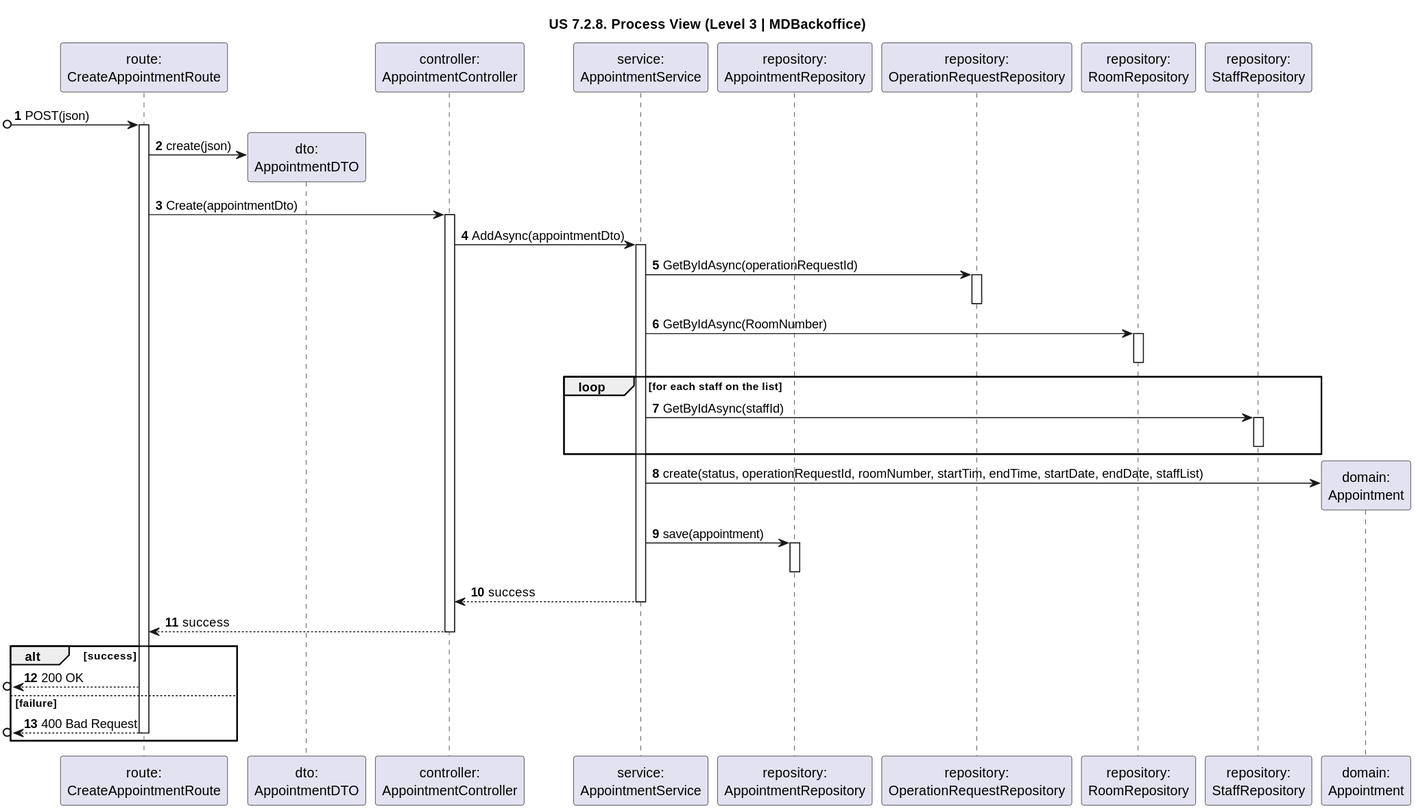
Above: docs/sprint-3/1221933/us-7.2.8/diagrams/n3/process-view-nivel3-mdbackoffice.svg in rita-barbosa/LAPR5-2425 (PlantUML), before the change. The source it was exported from:
```plantuml
@startuml

title "US 7.2.8. Process View (Level 3 | MDBackoffice)"

autonumber

participant "route:\nCreateAppointmentRoute" as ROUTE
participant "dto:\nAppointmentDTO" as DTO
participant "controller:\nAppointmentController" as CTRL

participant "service:\nAppointmentService" as SER
participant "repository:\nAppointmentRepository" as REPO
participant "repository:\nOperationRequestRepository" as OpReqREPO
participant "repository:\nRoomRepository" as RoomREPO
participant "repository:\nStaffRepository" as StaffREPO
participant "domain:\nAppointment" as APP

[o-> ROUTE : POST(json)
activate ROUTE

ROUTE -> DTO ** : create(json)

ROUTE -> CTRL : Create(appointmentDto)
activate CTRL

CTRL -> SER : AddAsync(appointmentDto)
activate SER

SER -> OpReqREPO : GetByIdAsync(operationRequestId)
activate OpReqREPO
deactivate OpReqREPO

SER -> RoomREPO : GetByIdAsync(RoomNumber)
activate RoomREPO
deactivate RoomREPO

loop for each staff on the list
SER -> StaffREPO : GetByIdAsync(staffId)
activate StaffREPO
deactivate StaffREPO
end loop


SER -> APP **: create(status, operationRequestId, roomNumber, startTim, endTime, startDate, endDate, staffList)

SER -> REPO : save(appointment)
activate REPO
deactivate REPO

SER --> CTRL: success
deactivate SER
CTRL --> ROUTE: success
deactivate CTRL

alt success
[o<-- ROUTE : 200 OK

else failure

[o<-- ROUTE : 400 Bad Request
deactivate ROUTE
end alt
@enduml
```
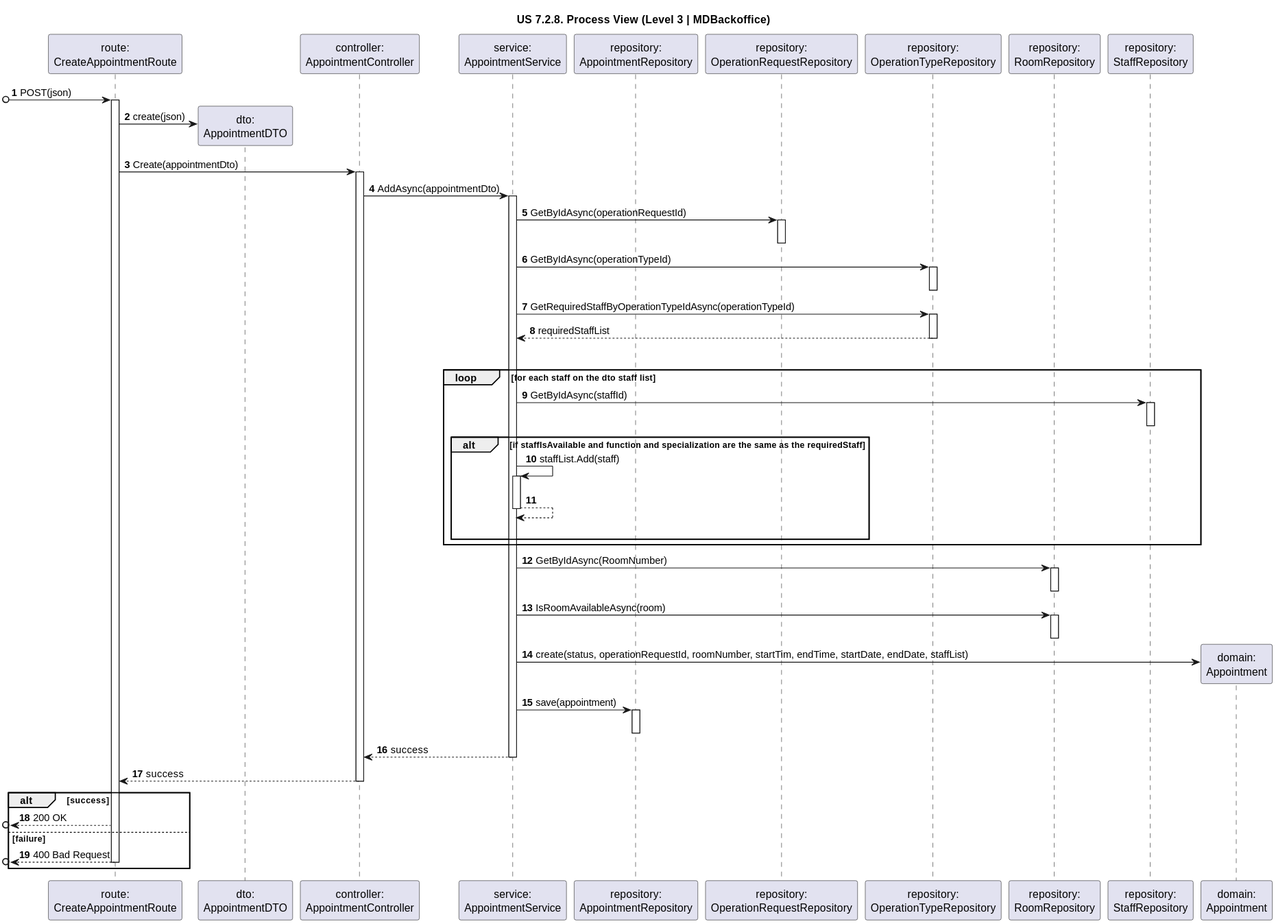
Above is the later version.

The edit, as a diff of the source:
```diff
@@ -11,6 +11,7 @@
 participant "service:\nAppointmentService" as SER
 participant "repository:\nAppointmentRepository" as REPO
 participant "repository:\nOperationRequestRepository" as OpReqREPO
+participant "repository:\nOperationTypeRepository" as OpTyREPO
 participant "repository:\nRoomRepository" as RoomREPO
 participant "repository:\nStaffRepository" as StaffREPO
 participant "domain:\nAppointment" as APP
@@ -30,15 +31,41 @@
 activate OpReqREPO
 deactivate OpReqREPO
 
+SER -> OpTyREPO : GetByIdAsync(operationTypeId)
+activate OpTyREPO
+deactivate OpTyREPO
+
+SER -> OpTyREPO : GetRequiredStaffByOperationTypeIdAsync(operationTypeId)
+activate OpTyREPO
+
+OpTyREPO --> SER : requiredStaffList
+deactivate OpTyREPO
+
+loop for each required staff
+
+loop for each staff on the dto staff list
+SER -> StaffREPO : GetByIdAsync(staffId)
+activate StaffREPO
+deactivate StaffREPO
+
+alt if staffIsAvailable and function and specialization are the same as the requiredStaff
+SER -> SER : staffList.Add(staff)
+activate SER
+SER --> SER :
+deactivate SER
+|||
+
+end alt
+end loop
+
+
 SER -> RoomREPO : GetByIdAsync(RoomNumber)
 activate RoomREPO
 deactivate RoomREPO
 
-loop for each staff on the list
-SER -> StaffREPO : GetByIdAsync(staffId)
-activate StaffREPO
-deactivate StaffREPO
-end loop
+SER -> RoomREPO : IsRoomAvailableAsync(room)
+activate RoomREPO
+deactivate RoomREPO
 
 
 SER -> APP **: create(status, operationRequestId, roomNumber, startTim, endTime, startDate, endDate, staffList)
```
